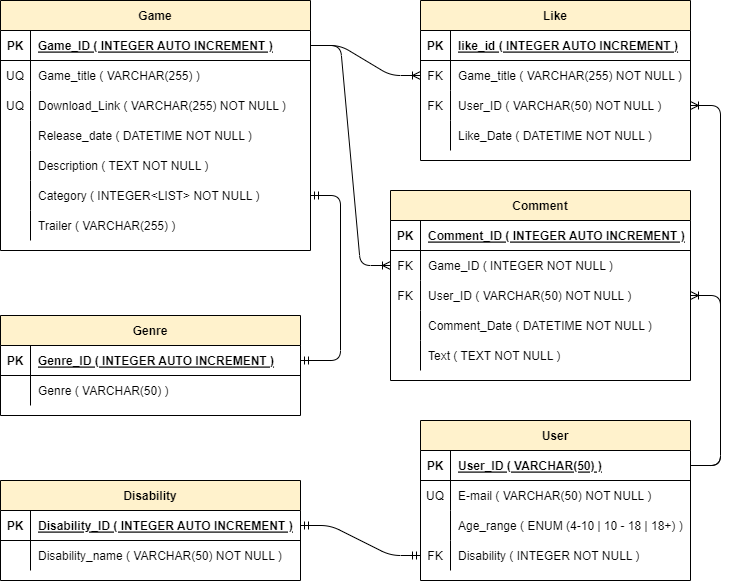
Above: Media/Diagrama_DB.png in AmerikeVPA/pi-a-anzures-victor-practicas-3 (draw.io), before the change. Source tidied: cells renumbered, new cells last; positions are measured from the earlier drawing's top-left corner, leaving out a move shared by most shapes.
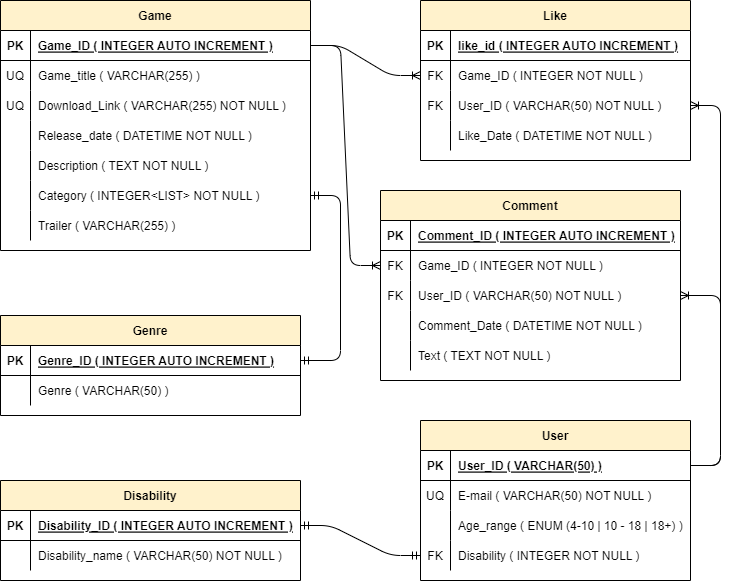
The same file after the commit.

Change to the diagram source:
```diff
@@ -108,7 +108,7 @@
       <mxGeometry x="30" width="240" height="30" as="geometry" />
     </mxCell>
     <mxCell id="37" value="Comment" style="shape=table;startSize=30;rowLines=0;fontStyle=1;align=center;fillColor=#FFF2CC;swimlaneFillColor=none;" parent="1" vertex="1">
-      <mxGeometry x="390" y="190" width="300" height="190" as="geometry" />
+      <mxGeometry x="380" y="190" width="300" height="190" as="geometry" />
     </mxCell>
     <mxCell id="38" style="shape=tableRow;horizontal=0;startSize=0;swimlaneHead=0;swimlaneBody=0;fillColor=none;top=0;left=0;right=0;bottom=1;" parent="37" vertex="1">
       <mxGeometry y="30" width="300" height="30" as="geometry" />
@@ -173,7 +173,7 @@
     <mxCell id="58" value="FK" style="shape=partialRectangle;fillColor=none;top=0;left=0;bottom=0;right=0;overflow=hidden;" parent="57" vertex="1">
       <mxGeometry width="30" height="30" as="geometry" />
     </mxCell>
-    <mxCell id="59" value="Game_title ( VARCHAR(255) NOT NULL )" style="shape=partialRectangle;fillColor=none;top=0;left=0;bottom=0;right=0;align=left;spacingLeft=6;overflow=hidden;" parent="57" vertex="1">
+    <mxCell id="59" value="Game_ID ( INTEGER NOT NULL )" style="shape=partialRectangle;fillColor=none;top=0;left=0;bottom=0;right=0;align=left;spacingLeft=6;overflow=hidden;" parent="57" vertex="1">
       <mxGeometry x="30" width="240" height="30" as="geometry" />
     </mxCell>
     <mxCell id="60" style="shape=tableRow;horizontal=0;startSize=0;swimlaneHead=0;swimlaneBody=0;fillColor=none;points=[[0,0.5],[1,0.5]];portConstraint=eastwest;top=0;left=0;right=0;bottom=0;" parent="53" vertex="1">
```
